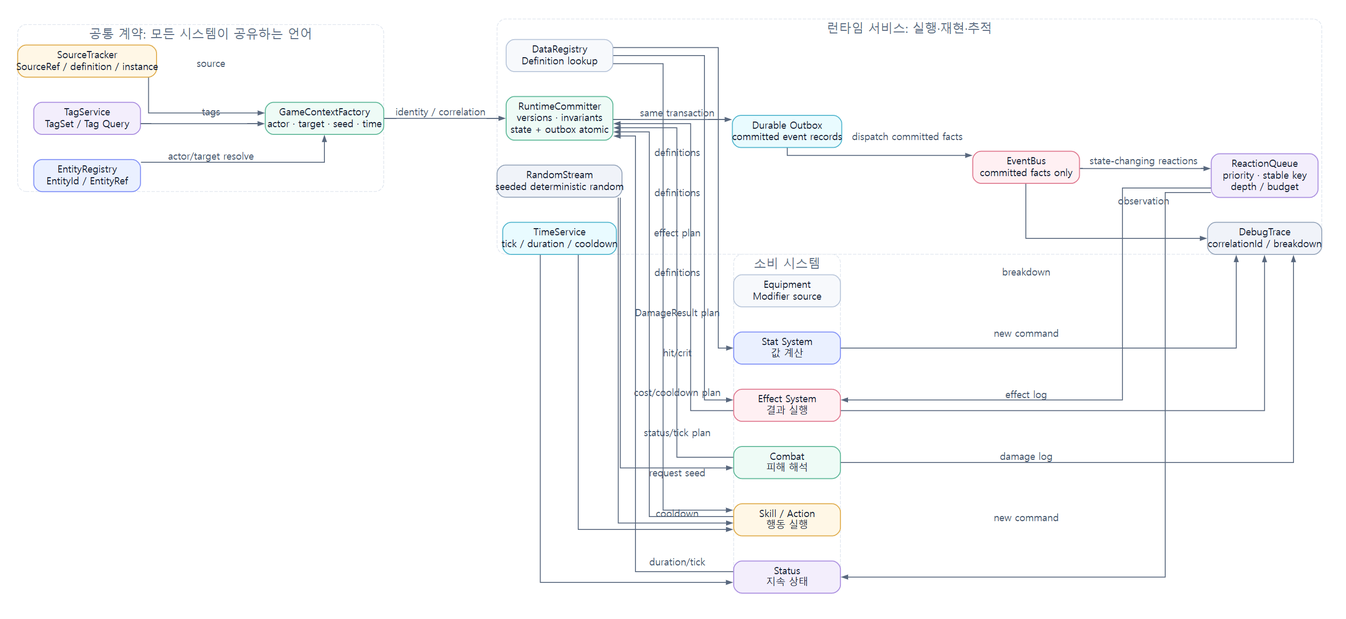
Earlier version of the Graphviz export assets/diagrams/16_core_runtime_component_diagram.png (JY-LemongO/game-system-framework-knowledge-site). Its source is kept beside it as source/diagrams/16_core_runtime_component_diagram.dot. Source of this version:
```dot
digraph G {
  graph [fontname="Noto Sans CJK KR", bgcolor="#ffffff", margin=0.12, pad=0.25, ranksep=0.70, nodesep=0.50];
  node [fontname="Noto Sans CJK KR", shape=box, style="rounded,filled", color="#bac7db", penwidth=1.4, fillcolor="#ffffff", fontcolor="#182033", margin="0.14,0.09"];
  edge [fontname="Noto Sans CJK KR", color="#59687e", fontcolor="#46566e", arrowsize=0.8, penwidth=1.3];
  rankdir=LR;
  splines=ortho;

  node [width=2.15, height=0.55];
  subgraph cluster_contract {
    label="공통 계약: 모든 시스템이 공유하는 언어"; style="rounded,dashed"; color="#dfe5ee"; fontcolor="#607086"; fontsize=18;
    EntityRegistry [label="EntityRegistry
EntityId / EntityRef", fillcolor="#eaf0ff", color="#8292f7"];
    TagService [label="TagService
TagSet / Tag Query", fillcolor="#f3eefc", color="#ab8fe0"];
    SourceTracker [label="SourceTracker
SourceRef / definition / instance", fillcolor="#fff7e6", color="#e0ad4e"];
    ContextFactory [label="GameContextFactory
actor · target · seed · time", fillcolor="#eefbf6", color="#61b99a"];
  }
  subgraph cluster_runtime {
    label="런타임 서비스: 실행·재현·추적"; style="rounded,dashed"; color="#dfe5ee"; fontcolor="#607086"; fontsize=18;
    EventBus [label="EventBus
committed facts only", fillcolor="#fff0f3", color="#e07b91"];
    RuntimeCommitter [label="RuntimeCommitter
versions · invariants
state + outbox atomic", fillcolor="#eefbf6", color="#61b99a"];
    DurableOutbox [label="Durable Outbox
committed event records", fillcolor="#e9fbff", color="#54b7cf"];
    ReactionQueue [label="ReactionQueue
priority · stable key
depth / budget", fillcolor="#f3eefc", color="#ab8fe0"];
    TimeService [label="TimeService
tick / duration / cooldown", fillcolor="#e9fbff", color="#54b7cf"];
    RandomService [label="RandomStream
seeded deterministic random", fillcolor="#f0f3f9", color="#99a8bd"];
    DataRegistry [label="DataRegistry
Definition lookup", fillcolor="#f7f9fc", color="#bac7db"];
    DebugTrace [label="DebugTrace
correlationId / breakdown", fillcolor="#f0f3f9", color="#99a8bd"];
  }
  subgraph cluster_consumers {
    label="소비 시스템"; style="rounded,dashed"; color="#dfe5ee"; fontcolor="#607086"; fontsize=18;
    Stat [label="Stat System
값 계산", fillcolor="#eaf0ff", color="#8292f7"];
    Effect [label="Effect System
결과 실행", fillcolor="#fff0f3", color="#e07b91"];
    Skill [label="Skill / Action
행동 실행", fillcolor="#fff7e6", color="#e0ad4e"];
    Combat [label="Combat
피해 해석", fillcolor="#eefbf6", color="#61b99a"];
    Status [label="Status
지속 상태", fillcolor="#f3eefc", color="#ab8fe0"];
    Equipment [label="Equipment
Modifier source", fillcolor="#f7f9fc", color="#bac7db"];
  }
  EntityRegistry -> ContextFactory [label="actor/target resolve"];
  TagService -> ContextFactory [label="tags"];
  SourceTracker -> ContextFactory [label="source"];
  ContextFactory -> RuntimeCommitter [label="identity / correlation"];
  TimeService -> Skill [label="cooldown"];
  TimeService -> Status [label="duration/tick"];
  RandomService -> Skill [label="request seed"];
  RandomService -> Combat [label="hit/crit"];
  DataRegistry -> Stat [label="definitions"];
  DataRegistry -> Effect [label="definitions"];
  DataRegistry -> Skill [label="definitions"];
  Skill -> RuntimeCommitter [label="cost/cooldown plan"];
  Effect -> RuntimeCommitter [label="effect plan"];
  Combat -> RuntimeCommitter [label="DamageResult plan"];
  Status -> RuntimeCommitter [label="status/tick plan"];
  RuntimeCommitter -> DurableOutbox [label="same transaction"];
  DurableOutbox -> EventBus [label="dispatch committed facts"];
  EventBus -> ReactionQueue [label="state-changing reactions"];
  ReactionQueue -> Effect [label="new command"];
  ReactionQueue -> Status [label="new command"];
  EventBus -> DebugTrace [label="observation"];
  Stat -> DebugTrace [label="breakdown"];
  Effect -> DebugTrace [label="effect log"];
  Combat -> DebugTrace [label="damage log"];
}
```
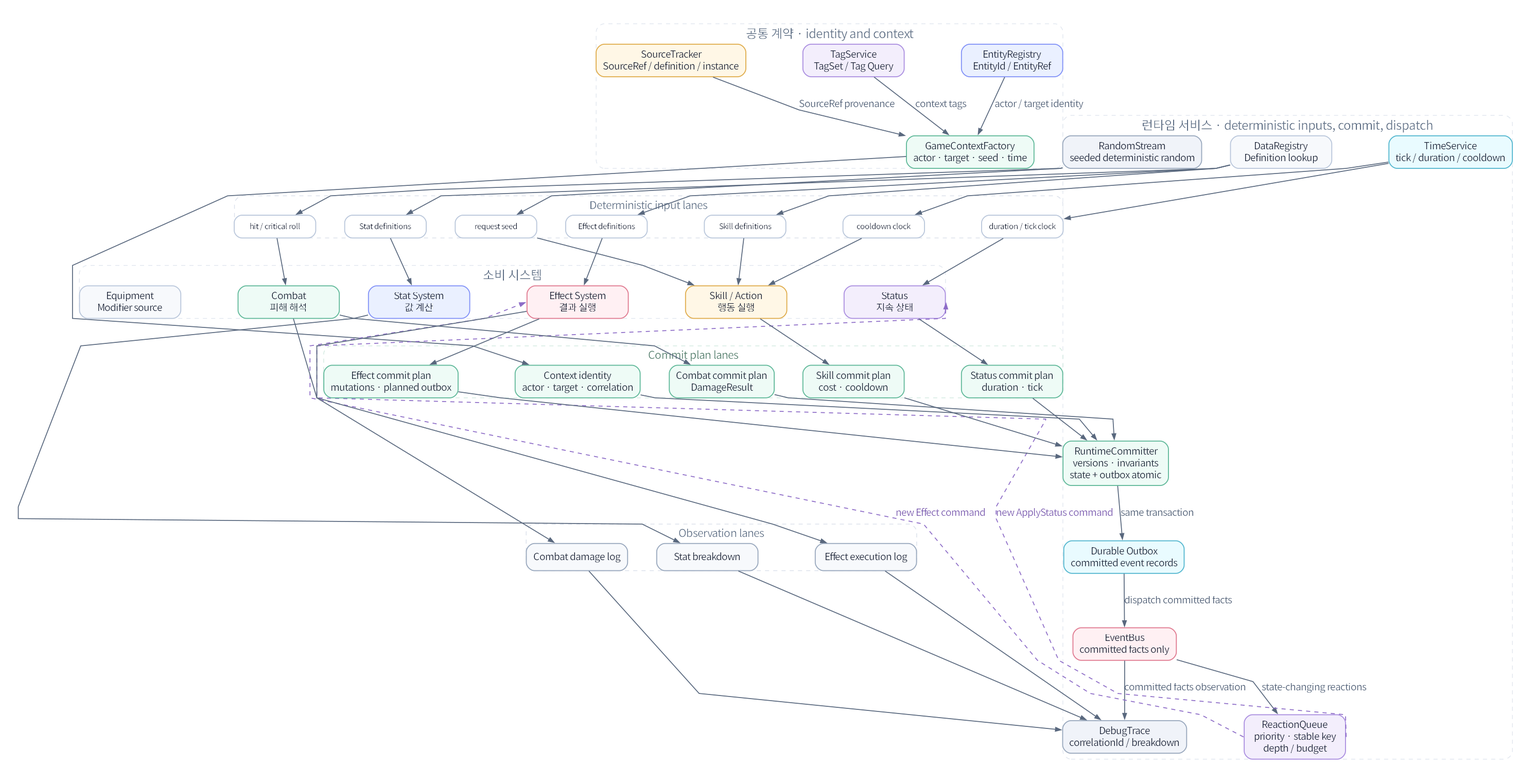
After the commit.

What changed in the source:
```diff
@@ -1,80 +1,120 @@
 digraph G {
-  graph [fontname="Noto Sans CJK KR", bgcolor="#ffffff", margin=0.12, pad=0.25, ranksep=0.70, nodesep=0.50];
-  node [fontname="Noto Sans CJK KR", shape=box, style="rounded,filled", color="#bac7db", penwidth=1.4, fillcolor="#ffffff", fontcolor="#182033", margin="0.14,0.09"];
-  edge [fontname="Noto Sans CJK KR", color="#59687e", fontcolor="#46566e", arrowsize=0.8, penwidth=1.3];
-  rankdir=LR;
-  splines=ortho;
+  graph [fontname="Noto Sans KR", bgcolor="#ffffff", margin=0.12, pad=0.25, ranksep=0.86, nodesep=0.58, newrank=true, compound=true, splines=polyline];
+  node [fontname="Noto Sans KR", shape=box, style="rounded,filled", color="#bac7db", penwidth=1.4, fillcolor="#ffffff", fontcolor="#182033", margin="0.14,0.09", width=2.05, height=0.55];
+  edge [fontname="Noto Sans KR", color="#59687e", fontcolor="#46566e", arrowsize=0.8, penwidth=1.3];
+  rankdir=TB;
 
-  node [width=2.15, height=0.55];
   subgraph cluster_contract {
-    label="공통 계약: 모든 시스템이 공유하는 언어"; style="rounded,dashed"; color="#dfe5ee"; fontcolor="#607086"; fontsize=18;
-    EntityRegistry [label="EntityRegistry
-EntityId / EntityRef", fillcolor="#eaf0ff", color="#8292f7"];
-    TagService [label="TagService
-TagSet / Tag Query", fillcolor="#f3eefc", color="#ab8fe0"];
-    SourceTracker [label="SourceTracker
-SourceRef / definition / instance", fillcolor="#fff7e6", color="#e0ad4e"];
-    ContextFactory [label="GameContextFactory
-actor · target · seed · time", fillcolor="#eefbf6", color="#61b99a"];
+    label="공통 계약 · identity and context"; style="rounded,dashed"; color="#dfe5ee"; fontcolor="#607086"; fontsize=18;
+    EntityRegistry [label="EntityRegistry\nEntityId / EntityRef", fillcolor="#eaf0ff", color="#8292f7"];
+    TagService [label="TagService\nTagSet / Tag Query", fillcolor="#f3eefc", color="#ab8fe0"];
+    SourceTracker [label="SourceTracker\nSourceRef / definition / instance", fillcolor="#fff7e6", color="#e0ad4e"];
+    ContextFactory [label="GameContextFactory\nactor · target · seed · time", fillcolor="#eefbf6", color="#61b99a"];
   }
-  subgraph cluster_runtime {
-    label="런타임 서비스: 실행·재현·추적"; style="rounded,dashed"; color="#dfe5ee"; fontcolor="#607086"; fontsize=18;
-    EventBus [label="EventBus
-committed facts only", fillcolor="#fff0f3", color="#e07b91"];
-    RuntimeCommitter [label="RuntimeCommitter
-versions · invariants
-state + outbox atomic", fillcolor="#eefbf6", color="#61b99a"];
-    DurableOutbox [label="Durable Outbox
-committed event records", fillcolor="#e9fbff", color="#54b7cf"];
-    ReactionQueue [label="ReactionQueue
-priority · stable key
-depth / budget", fillcolor="#f3eefc", color="#ab8fe0"];
-    TimeService [label="TimeService
-tick / duration / cooldown", fillcolor="#e9fbff", color="#54b7cf"];
-    RandomService [label="RandomStream
-seeded deterministic random", fillcolor="#f0f3f9", color="#99a8bd"];
-    DataRegistry [label="DataRegistry
-Definition lookup", fillcolor="#f7f9fc", color="#bac7db"];
-    DebugTrace [label="DebugTrace
-correlationId / breakdown", fillcolor="#f0f3f9", color="#99a8bd"];
+
+  subgraph cluster_services {
+    label="런타임 서비스 · deterministic inputs, commit, dispatch"; style="rounded,dashed"; color="#dfe5ee"; fontcolor="#607086"; fontsize=18;
+    DataRegistry [label="DataRegistry\nDefinition lookup", fillcolor="#f7f9fc", color="#bac7db"];
+    TimeService [label="TimeService\ntick / duration / cooldown", fillcolor="#e9fbff", color="#54b7cf"];
+    RandomService [label="RandomStream\nseeded deterministic random", fillcolor="#f0f3f9", color="#99a8bd"];
+    RuntimeCommitter [label="RuntimeCommitter\nversions · invariants\nstate + outbox atomic", fillcolor="#eefbf6", color="#61b99a"];
+    DurableOutbox [label="Durable Outbox\ncommitted event records", fillcolor="#e9fbff", color="#54b7cf"];
+    EventBus [label="EventBus\ncommitted facts only", fillcolor="#fff0f3", color="#e07b91"];
+    ReactionQueue [label="ReactionQueue\npriority · stable key\ndepth / budget", fillcolor="#f3eefc", color="#ab8fe0"];
+    DebugTrace [label="DebugTrace\ncorrelationId / breakdown", fillcolor="#f0f3f9", color="#99a8bd"];
   }
+
   subgraph cluster_consumers {
     label="소비 시스템"; style="rounded,dashed"; color="#dfe5ee"; fontcolor="#607086"; fontsize=18;
-    Stat [label="Stat System
-값 계산", fillcolor="#eaf0ff", color="#8292f7"];
-    Effect [label="Effect System
-결과 실행", fillcolor="#fff0f3", color="#e07b91"];
-    Skill [label="Skill / Action
-행동 실행", fillcolor="#fff7e6", color="#e0ad4e"];
-    Combat [label="Combat
-피해 해석", fillcolor="#eefbf6", color="#61b99a"];
-    Status [label="Status
-지속 상태", fillcolor="#f3eefc", color="#ab8fe0"];
-    Equipment [label="Equipment
-Modifier source", fillcolor="#f7f9fc", color="#bac7db"];
+    Stat [label="Stat System\n값 계산", fillcolor="#eaf0ff", color="#8292f7"];
+    Effect [label="Effect System\n결과 실행", fillcolor="#fff0f3", color="#e07b91"];
+    Skill [label="Skill / Action\n행동 실행", fillcolor="#fff7e6", color="#e0ad4e"];
+    Status [label="Status\n지속 상태", fillcolor="#f3eefc", color="#ab8fe0"];
+    Combat [label="Combat\n피해 해석", fillcolor="#eefbf6", color="#61b99a"];
+    Equipment [label="Equipment\nModifier source", fillcolor="#f7f9fc", color="#bac7db"];
   }
-  EntityRegistry -> ContextFactory [label="actor/target resolve"];
-  TagService -> ContextFactory [label="tags"];
-  SourceTracker -> ContextFactory [label="source"];
-  ContextFactory -> RuntimeCommitter [label="identity / correlation"];
-  TimeService -> Skill [label="cooldown"];
-  TimeService -> Status [label="duration/tick"];
-  RandomService -> Skill [label="request seed"];
-  RandomService -> Combat [label="hit/crit"];
-  DataRegistry -> Stat [label="definitions"];
-  DataRegistry -> Effect [label="definitions"];
-  DataRegistry -> Skill [label="definitions"];
-  Skill -> RuntimeCommitter [label="cost/cooldown plan"];
-  Effect -> RuntimeCommitter [label="effect plan"];
-  Combat -> RuntimeCommitter [label="DamageResult plan"];
-  Status -> RuntimeCommitter [label="status/tick plan"];
+
+  subgraph cluster_input_lanes {
+    label="Deterministic input lanes"; style="rounded,dashed"; color="#d8dee9"; fontcolor="#607086"; fontsize=16;
+    node [width=1.65, height=0.46, fontsize=11, fillcolor="#ffffff", color="#bac7db"];
+    StatDefinitionsLane [label="Stat definitions"];
+    EffectDefinitionsLane [label="Effect definitions"];
+    SkillDefinitionsLane [label="Skill definitions"];
+    SkillCooldownLane [label="cooldown clock"];
+    StatusTimeLane [label="duration / tick clock"];
+    SkillSeedLane [label="request seed"];
+    CombatRollLane [label="hit / critical roll"];
+  }
+
+  subgraph cluster_commit_lanes {
+    label="Commit plan lanes"; style="rounded,dashed"; color="#cfe8de"; fontcolor="#4f7a68"; fontsize=16;
+    ContextLane [label="Context identity\nactor · target · correlation", fillcolor="#eefbf6", color="#61b99a"];
+    EffectPlan [label="Effect commit plan\nmutations · planned outbox", fillcolor="#eefbf6", color="#61b99a"];
+    SkillPlan [label="Skill commit plan\ncost · cooldown", fillcolor="#eefbf6", color="#61b99a"];
+    StatusPlan [label="Status commit plan\nduration · tick", fillcolor="#eefbf6", color="#61b99a"];
+    CombatPlan [label="Combat commit plan\nDamageResult", fillcolor="#eefbf6", color="#61b99a"];
+  }
+
+  subgraph cluster_observation_lanes {
+    label="Observation lanes"; style="rounded,dashed"; color="#d8dee9"; fontcolor="#607086"; fontsize=16;
+    StatObservation [label="Stat breakdown", fillcolor="#f7f9fc", color="#99a8bd"];
+    EffectObservation [label="Effect execution log", fillcolor="#f7f9fc", color="#99a8bd"];
+    CombatObservation [label="Combat damage log", fillcolor="#f7f9fc", color="#99a8bd"];
+  }
+
+  { rank=same; EntityRegistry; TagService; SourceTracker; }
+  { rank=same; ContextFactory; DataRegistry; TimeService; RandomService; }
+  { rank=same; StatDefinitionsLane; EffectDefinitionsLane; SkillDefinitionsLane; SkillCooldownLane; StatusTimeLane; SkillSeedLane; CombatRollLane; }
+  { rank=same; Stat; Effect; Skill; Status; Combat; Equipment; }
+  { rank=same; ContextLane; EffectPlan; SkillPlan; StatusPlan; CombatPlan; }
+  { rank=same; RuntimeCommitter; }
+  { rank=same; StatObservation; EffectObservation; DurableOutbox; CombatObservation; }
+  { rank=same; EventBus; }
+  { rank=same; ReactionQueue; DebugTrace; }
+
+  SourceTracker -> TagService -> EntityRegistry [style=invis, weight=50];
+  RandomService -> TimeService -> DataRegistry -> ContextFactory [style=invis, weight=50];
+  CombatRollLane -> SkillSeedLane -> StatusTimeLane -> SkillCooldownLane -> SkillDefinitionsLane -> EffectDefinitionsLane -> StatDefinitionsLane [style=invis, weight=50];
+  Equipment -> Combat -> Status -> Skill -> Effect -> Stat [style=invis, weight=50];
+  CombatPlan -> StatusPlan -> SkillPlan -> EffectPlan -> ContextLane [style=invis, weight=50];
+  CombatObservation -> DurableOutbox -> EffectObservation -> StatObservation [style=invis, weight=50];
+  DebugTrace -> ReactionQueue [style=invis, weight=50];
+
+  EntityRegistry -> ContextFactory [label="actor / target identity"];
+  TagService -> ContextFactory [label="context tags"];
+  SourceTracker -> ContextFactory [label="SourceRef provenance"];
+
+  DataRegistry -> StatDefinitionsLane -> Stat;
+  DataRegistry -> EffectDefinitionsLane -> Effect;
+  DataRegistry -> SkillDefinitionsLane -> Skill;
+  TimeService -> SkillCooldownLane -> Skill;
+  TimeService -> StatusTimeLane -> Status;
+  RandomService -> SkillSeedLane -> Skill;
+  RandomService -> CombatRollLane -> Combat;
+
+  ContextFactory -> ContextLane;
+  Effect -> EffectPlan;
+  Skill -> SkillPlan;
+  Status -> StatusPlan;
+  Combat -> CombatPlan;
+  ContextLane -> RuntimeCommitter;
+  EffectPlan -> RuntimeCommitter;
+  SkillPlan -> RuntimeCommitter;
+  StatusPlan -> RuntimeCommitter;
+  CombatPlan -> RuntimeCommitter;
+
   RuntimeCommitter -> DurableOutbox [label="same transaction"];
   DurableOutbox -> EventBus [label="dispatch committed facts"];
   EventBus -> ReactionQueue [label="state-changing reactions"];
-  ReactionQueue -> Effect [label="new command"];
-  ReactionQueue -> Status [label="new command"];
-  EventBus -> DebugTrace [label="observation"];
-  Stat -> DebugTrace [label="breakdown"];
-  Effect -> DebugTrace [label="effect log"];
-  Combat -> DebugTrace [label="damage log"];
+
+  ReactionQueue -> Effect [constraint=false, minlen=5, tailport=w, headport=w, style=dashed, color="#8d6cc7", fontcolor="#7251aa", label="new Effect command"];
+  ReactionQueue -> Status [constraint=false, minlen=5, tailport=e, headport=e, style=dashed, color="#8d6cc7", fontcolor="#7251aa", label="new ApplyStatus command"];
+
+  Stat -> StatObservation;
+  Effect -> EffectObservation;
+  Combat -> CombatObservation;
+  StatObservation -> DebugTrace;
+  EffectObservation -> DebugTrace;
+  CombatObservation -> DebugTrace;
+  EventBus -> DebugTrace [label="committed facts observation"];
 }
```
